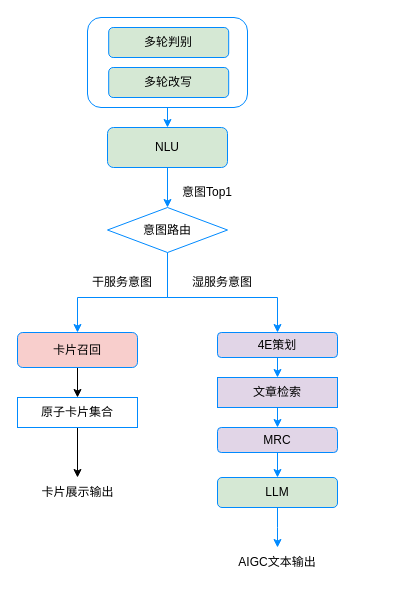
The draw.io diagram NLU老链路.drawio in ZhangHammer/ZhangHammer, before the edit. Source tidied: cells renumbered, new cells numbered last; positions are measured from the earlier drawing's top-left corner, leaving out a move shared by most shapes. Both pictures are drawn from the tidied source at 100%, with x=0, y=0 at pixel (17, 17).
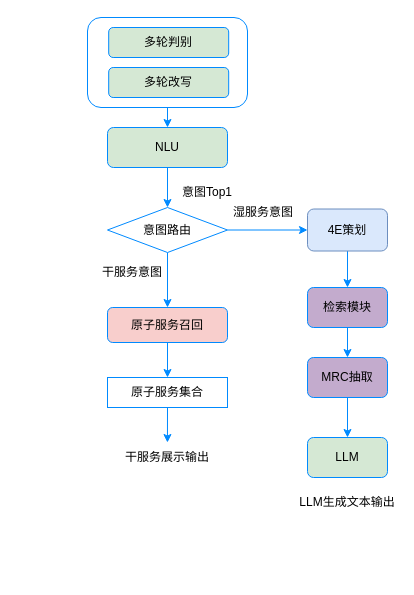
The same page after the edit.

The change refers to these unchanged cells:
```xml
<mxCell id="18" value="意图路由" style="rhombus;whiteSpace=wrap;html=1;strokeColor=#008aff;" parent="1" vertex="1">
  <mxGeometry x="90" y="190" width="120" height="45" as="geometry" />
</mxCell>
```

The edit, as a diff of the source:
```diff
@@
-    <mxCell id="8" style="edgeStyle=orthogonalEdgeStyle;rounded=0;jettySize=auto;html=1;exitX=0.5;exitY=1;exitDx=0;exitDy=0;entryX=0.5;entryY=0;entryDx=0;entryDy=0;strokeColor=#008aff;" parent="1" edge="1" source="9" target="11">
-      <mxGeometry relative="1" as="geometry" />
-    </mxCell>
+    <mxCell id="28" style="edgeStyle=orthogonalEdgeStyle;rounded=0;jettySize=auto;html=1;exitX=0.5;exitY=1;exitDx=0;exitDy=0;entryX=0.5;entryY=0;entryDx=0;entryDy=0;strokeColor=#008aff;" parent="1" edge="1" source="9" target="32">
+      <mxGeometry relative="1" as="geometry" />
+    </mxCell>
-    <mxCell id="9" value="4E策划" style="rounded=1;whiteSpace=wrap;html=1;fillColor=#e1d5e7;strokeColor=#008aff;" parent="1" vertex="1">
-      <mxGeometry x="200" y="315" width="120" height="25" as="geometry" />
+    <mxCell id="9" value="4E策划" style="rounded=1;whiteSpace=wrap;html=1;fillColor=#dae8fc;strokeColor=#6c8ebf;" parent="1" vertex="1">
+      <mxGeometry x="290" y="191.5" width="80" height="42" as="geometry" />
     </mxCell>
-    <mxCell id="10" style="edgeStyle=orthogonalEdgeStyle;rounded=0;jettySize=auto;html=1;exitX=0.5;exitY=1;exitDx=0;exitDy=0;entryX=0.5;entryY=0;entryDx=0;entryDy=0;strokeColor=#008aff;" parent="1" edge="1" source="11" target="13">
-      <mxGeometry relative="1" as="geometry" />
-    </mxCell>
-    <mxCell id="11" value="文章检索" style="rounded=0;whiteSpace=wrap;html=1;fillColor=#e1d5e7;strokeColor=#008aff;" parent="1" vertex="1">
-      <mxGeometry x="200" y="360" width="120" height="30" as="geometry" />
-    </mxCell>
-    <mxCell id="12" style="edgeStyle=orthogonalEdgeStyle;rounded=0;jettySize=auto;html=1;strokeColor=#008aff;" parent="1" edge="1" source="13" target="15">
+    <mxCell id="12" style="edgeStyle=orthogonalEdgeStyle;rounded=0;jettySize=auto;html=1;exitX=0.5;exitY=1;exitDx=0;exitDy=0;entryX=0.5;entryY=0;entryDx=0;entryDy=0;strokeColor=#008aff;" parent="1" edge="1" source="13" target="15">
       <mxGeometry relative="1" as="geometry" />
     </mxCell>
-    <mxCell id="13" value="MRC" style="rounded=1;whiteSpace=wrap;html=1;fillColor=#e1d5e7;strokeColor=#008aff;" parent="1" vertex="1">
-      <mxGeometry x="200" y="410" width="120" height="25" as="geometry" />
+    <mxCell id="13" value="MRC抽取" style="rounded=1;whiteSpace=wrap;html=1;fillColor=#c3abcd;strokeColor=#008aff;" parent="1" vertex="1">
+      <mxGeometry x="290" y="340" width="80" height="40" as="geometry" />
     </mxCell>
-    <mxCell id="14" style="edgeStyle=orthogonalEdgeStyle;rounded=0;jettySize=auto;html=1;strokeColor=#008aff;" parent="1" edge="1" source="15" target="23">
-      <mxGeometry relative="1" as="geometry" />
-    </mxCell>
     <mxCell id="15" value="LLM" style="rounded=1;whiteSpace=wrap;html=1;fillColor=#d5e8d4;strokeColor=#008aff;" parent="1" vertex="1">
-      <mxGeometry x="200" y="460" width="120" height="30" as="geometry" />
+      <mxGeometry x="290" y="420" width="80" height="40" as="geometry" />
     </mxCell>
-    <mxCell id="16" style="edgeStyle=orthogonalEdgeStyle;rounded=0;jettySize=auto;html=1;entryX=0.5;entryY=0;entryDx=0;entryDy=0;strokeColor=#008aff;" parent="1" edge="1" source="18">
-      <mxGeometry relative="1" as="geometry">
-        <mxPoint x="60" y="315" as="targetPoint" />
-        <Array as="points">
-          <mxPoint x="150" y="280" />
-          <mxPoint x="60" y="280" />
-        </Array>
-      </mxGeometry>
-    </mxCell>
-    <mxCell id="17" style="edgeStyle=orthogonalEdgeStyle;rounded=0;jettySize=auto;html=1;strokeColor=#008aff;" parent="1" edge="1" source="18" target="9">
-      <mxGeometry relative="1" as="geometry">
-        <Array as="points">
-          <mxPoint x="150" y="280" />
-          <mxPoint x="260" y="280" />
-        </Array>
-      </mxGeometry>
+    <mxCell id="17" style="edgeStyle=orthogonalEdgeStyle;rounded=0;jettySize=auto;html=1;entryX=0;entryY=0.5;entryDx=0;entryDy=0;strokeColor=#008aff;" parent="1" edge="1" source="18" target="9">
+      <mxGeometry relative="1" as="geometry" />
     </mxCell>
+    <mxCell id="29" style="edgeStyle=orthogonalEdgeStyle;rounded=0;jettySize=auto;html=1;exitX=0.5;exitY=1;exitDx=0;exitDy=0;strokeColor=#008aff;" parent="1" edge="1" source="18">
+      <mxGeometry relative="1" as="geometry">
+        <mxPoint x="150" y="290" as="targetPoint" />
+      </mxGeometry>
+    </mxCell>
@@
     <mxCell id="20" value="干服务意图" style="text;html=1;align=center;verticalAlign=middle;whiteSpace=wrap;rounded=0;strokeColor=none;" parent="1" vertex="1">
-      <mxGeometry x="70" y="250" width="70" height="30" as="geometry" />
+      <mxGeometry x="80" y="240" width="70" height="30" as="geometry" />
     </mxCell>
     <mxCell id="21" value="湿服务意图" style="text;html=1;align=center;verticalAlign=middle;whiteSpace=wrap;rounded=0;strokeColor=none;" parent="1" vertex="1">
-      <mxGeometry x="170" y="250" width="70" height="30" as="geometry" />
+      <mxGeometry x="211.2" y="180" width="70" height="30" as="geometry" />
     </mxCell>
-    <mxCell id="22" value="卡片展示输出" style="text;html=1;align=center;verticalAlign=middle;whiteSpace=wrap;rounded=0;strokeColor=none;" parent="1" vertex="1">
-      <mxGeometry x="22.5" y="460" width="75" height="30" as="geometry" />
-    </mxCell>
-    <mxCell id="23" value="AIGC文本输出" style="text;html=1;align=center;verticalAlign=middle;whiteSpace=wrap;rounded=0;strokeColor=none;" parent="1" vertex="1">
-      <mxGeometry x="211.2" y="530" width="97.5" height="30" as="geometry" />
+    <mxCell id="23" value="LLM生成文本输出" style="text;html=1;align=center;verticalAlign=middle;whiteSpace=wrap;rounded=0;strokeColor=none;" parent="1" vertex="1">
+      <mxGeometry x="281.2" y="470" width="97.5" height="30" as="geometry" />
     </mxCell>
-    <mxCell id="24" style="edgeStyle=orthogonalEdgeStyle;rounded=0;jettySize=auto;html=1;" parent="1" edge="1" source="25" target="22">
-      <mxGeometry relative="1" as="geometry" />
-    </mxCell>
+    <mxCell id="30" style="edgeStyle=orthogonalEdgeStyle;rounded=0;jettySize=auto;html=1;exitX=0.5;exitY=1;exitDx=0;exitDy=0;entryX=0.5;entryY=0;entryDx=0;entryDy=0;strokeColor=#008aff;" parent="1" edge="1" source="25" target="33">
+      <mxGeometry relative="1" as="geometry" />
+    </mxCell>
-    <mxCell id="25" value="原子卡片集合" style="rounded=0;whiteSpace=wrap;html=1;fillColor=none;strokeColor=#008aff;" parent="1" vertex="1">
-      <mxGeometry y="380" width="120" height="30" as="geometry" />
+    <mxCell id="25" value="原子服务集合" style="rounded=0;whiteSpace=wrap;html=1;fillColor=none;strokeColor=#008aff;" parent="1" vertex="1">
+      <mxGeometry x="90" y="360" width="120" height="30" as="geometry" />
     </mxCell>
-    <mxCell id="26" style="edgeStyle=orthogonalEdgeStyle;rounded=0;jettySize=auto;html=1;exitX=0.5;exitY=1;exitDx=0;exitDy=0;entryX=0.5;entryY=0;entryDx=0;entryDy=0;" parent="1" edge="1" source="27" target="25">
+    <mxCell id="26" style="edgeStyle=orthogonalEdgeStyle;rounded=0;jettySize=auto;html=1;exitX=0.5;exitY=1;exitDx=0;exitDy=0;entryX=0.5;entryY=0;entryDx=0;entryDy=0;strokeColor=#008aff;" parent="1" edge="1" source="27" target="25">
       <mxGeometry relative="1" as="geometry" />
     </mxCell>
-    <mxCell id="27" value="卡片召回" style="rounded=1;whiteSpace=wrap;html=1;strokeColor=#008aff;fillColor=#f8cecc;" parent="1" vertex="1">
-      <mxGeometry y="315" width="120" height="35" as="geometry" />
+    <mxCell id="27" value="原子服务召回" style="rounded=1;whiteSpace=wrap;html=1;strokeColor=#008aff;fillColor=#f8cecc;" parent="1" vertex="1">
+      <mxGeometry x="90" y="290" width="120" height="35" as="geometry" />
     </mxCell>
+    <mxCell id="31" style="edgeStyle=orthogonalEdgeStyle;rounded=0;jettySize=auto;html=1;exitX=0.5;exitY=1;exitDx=0;exitDy=0;entryX=0.5;entryY=0;entryDx=0;entryDy=0;strokeColor=#008aff;" parent="1" edge="1" source="32" target="13">
+      <mxGeometry relative="1" as="geometry" />
+    </mxCell>
+    <mxCell id="32" value="检索模块" style="rounded=1;whiteSpace=wrap;html=1;fillColor=#c3abcd;strokeColor=#008aff;" parent="1" vertex="1">
+      <mxGeometry x="290" y="270" width="80" height="40" as="geometry" />
+    </mxCell>
+    <mxCell id="33" value="干服务展示输出" style="text;html=1;align=center;verticalAlign=middle;whiteSpace=wrap;rounded=0;strokeColor=none;" parent="1" vertex="1">
+      <mxGeometry x="101.2" y="425" width="97.5" height="30" as="geometry" />
+    </mxCell>
```
